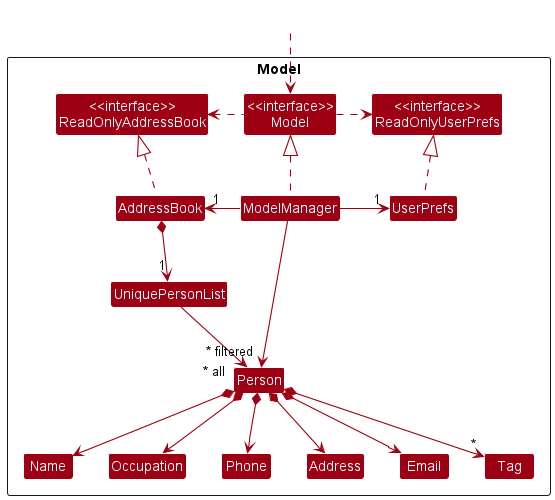
Before: docs/images/ModelClassDiagram.png, a diagram exported from PlantUML (nus-cs2103-AY2223S1/tp).
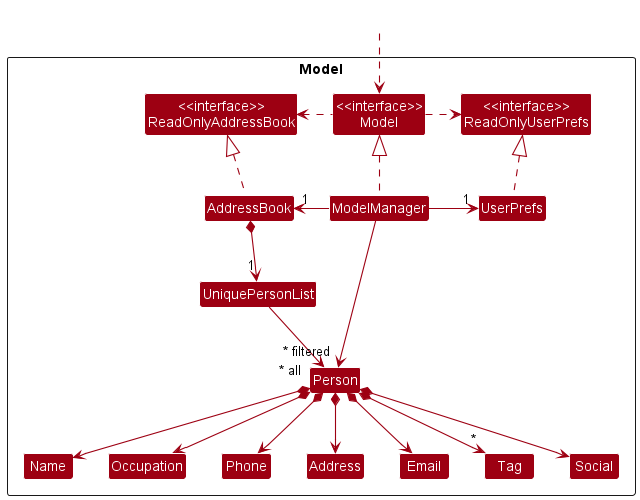
Later version of the same file.

What changed in the source:
```diff
@@ -4,7 +4,7 @@
 skinparam arrowColor MODEL_COLOR
 skinparam classBackgroundColor MODEL_COLOR
 
-Package Model <<Rectangle>>{
+Package Model <<Rectangle>> {
 Class "<<interface>>\nReadOnlyAddressBook" as ReadOnlyAddressBook
 Class "<<interface>>\nReadOnlyUserPrefs" as ReadOnlyUserPrefs
 Class "<<interface>>\nModel" as Model
@@ -20,6 +20,7 @@
 Class Phone
 Class Tag
 Class Occupation
+Class Social
 }
 
 Class HiddenOutside #FFFFFF
@@ -42,6 +43,7 @@
 Person *--> Email
 Person *--> Address
 Person *--> "*" Tag
+Person *--> "Social"
 
 Name -[hidden]right-> Occupation
 Phone -[hidden]right-> Address
```
